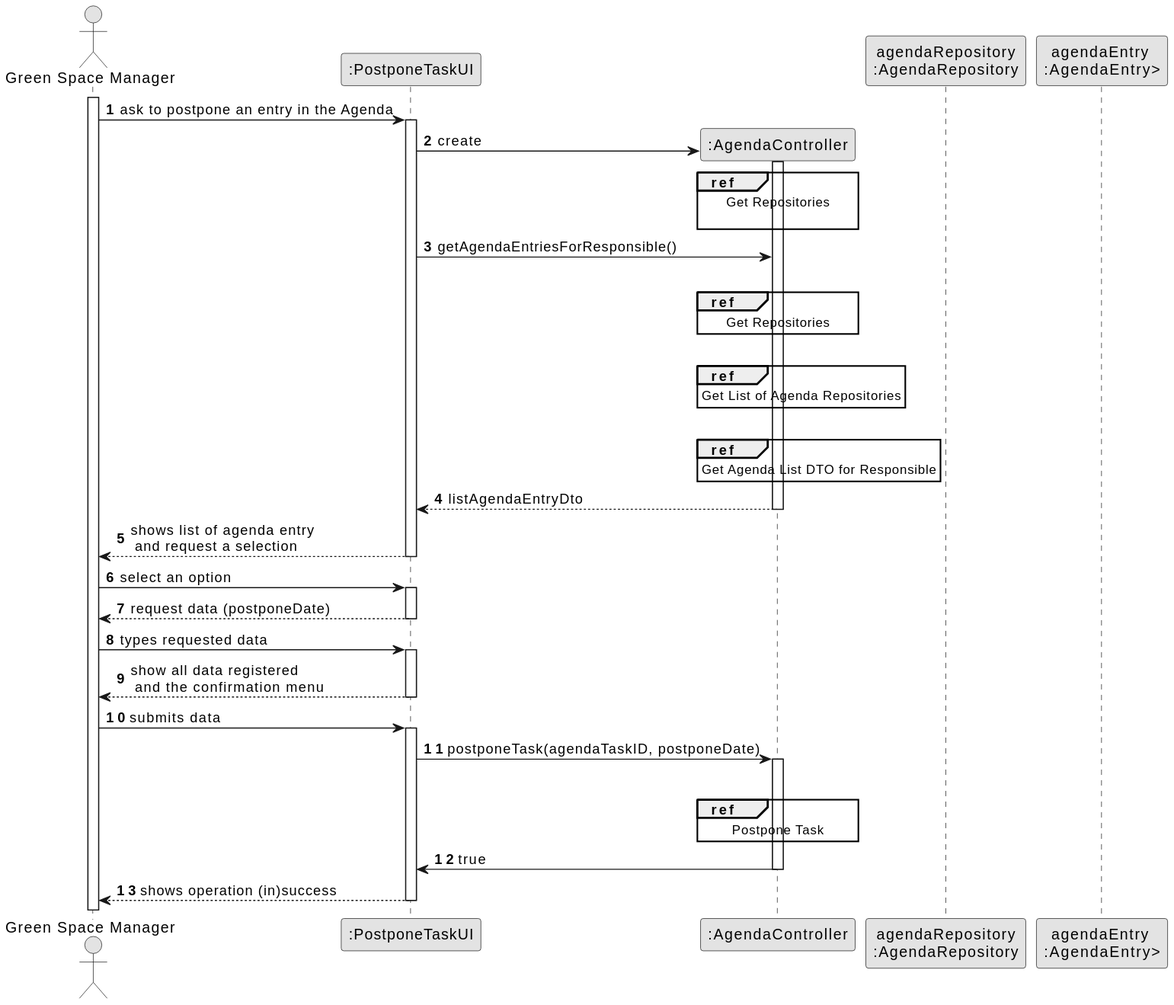
This is docs/sprintC/us024/03.design/svg/us024-sequence-diagram-split.svg from SAEmanuel/Green_Spaces_Management_ISEP, a PlantUML export, as it was before one commit. Its diagram source:
```plantuml
@startuml
skinparam monochrome true
skinparam packageStyle rectangle
skinparam shadowing false

autonumber

actor "Green Space Manager" as Employee

participant ":PostponeTaskUI" as UI
participant ":AgendaController" as CTRL
participant "agendaRepository\n:AgendaRepository" as agendaRepo
participant "agendaEntry \n:AgendaEntry>" as green


activate Employee

    Employee -> UI : ask to postpone an entry in the Agenda
    activate UI

        UI-> CTRL** : create
        activate CTRL


            ref over CTRL
                Get Repositories

            end
        UI -> CTRL : getAgendaEntriesForResponsible()
|||

              ref over CTRL
                    Get Repositories
              end

              |||

                ref over CTRL
                         Get List of Agenda Repositories
                   end


        |||


            ref over CTRL
                Get Agenda List DTO for Responsible
            end

       CTRL --> UI : listAgendaEntryDto

    deactivate CTRL

    UI --> Employee : shows list of agenda entry\n and request a selection
    deactivate UI

    Employee -> UI : select an option

    activate UI

    UI --> Employee : request data (postponeDate)
    deactivate UI

    Employee -> UI : types requested data


    activate UI

        UI --> Employee : show all data registered\n and the confirmation menu
    deactivate UI

    Employee -> UI : submits data
    activate UI

    UI -> CTRL : postponeTask(agendaTaskID, postponeDate)
    activate CTRL

            ref over CTRL
                    Postpone Task
            end



    deactivate agendaRepo
        deactivate green
        CTRL -> UI : true

    deactivate CTRL

        UI --> Employee : shows operation (in)success
    deactivate UI
@enduml
```
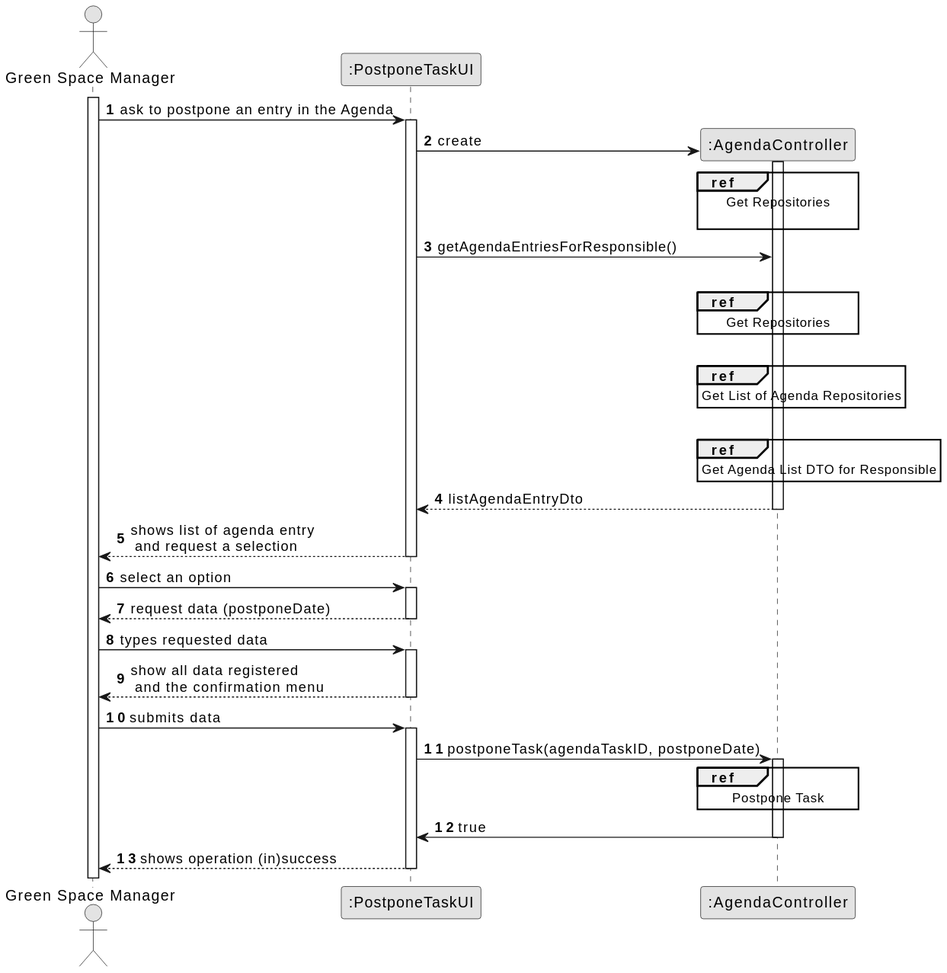
The same diagram one commit later.

Change to the diagram source:
```diff
@@ -9,8 +9,7 @@
 
 participant ":PostponeTaskUI" as UI
 participant ":AgendaController" as CTRL
-participant "agendaRepository\n:AgendaRepository" as agendaRepo
-participant "agendaEntry \n:AgendaEntry>" as green
+
 
 
 activate Employee
@@ -81,8 +80,6 @@
 
 
 
-    deactivate agendaRepo
-        deactivate green
         CTRL -> UI : true
 
     deactivate CTRL
```
